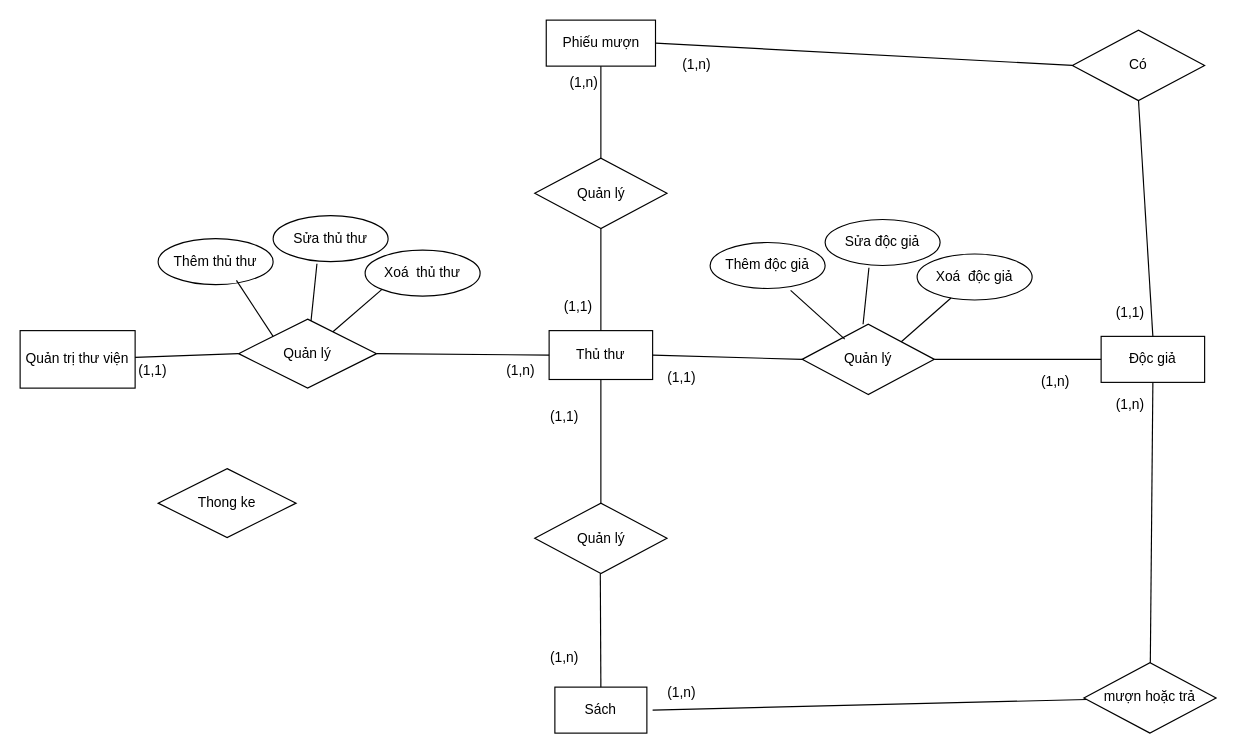
BaoTaoBao/baotaobao520 keeps this draw.io diagram as ERchuavexong.drawio. Above is the earlier version. Source tidied: cells renumbered, new cells numbered last; positions are measured from the earlier drawing's top-left corner, leaving out a move shared by most shapes. Both pictures are drawn from the tidied source at 115%, with x=0, y=0 at pixel (20, 20).
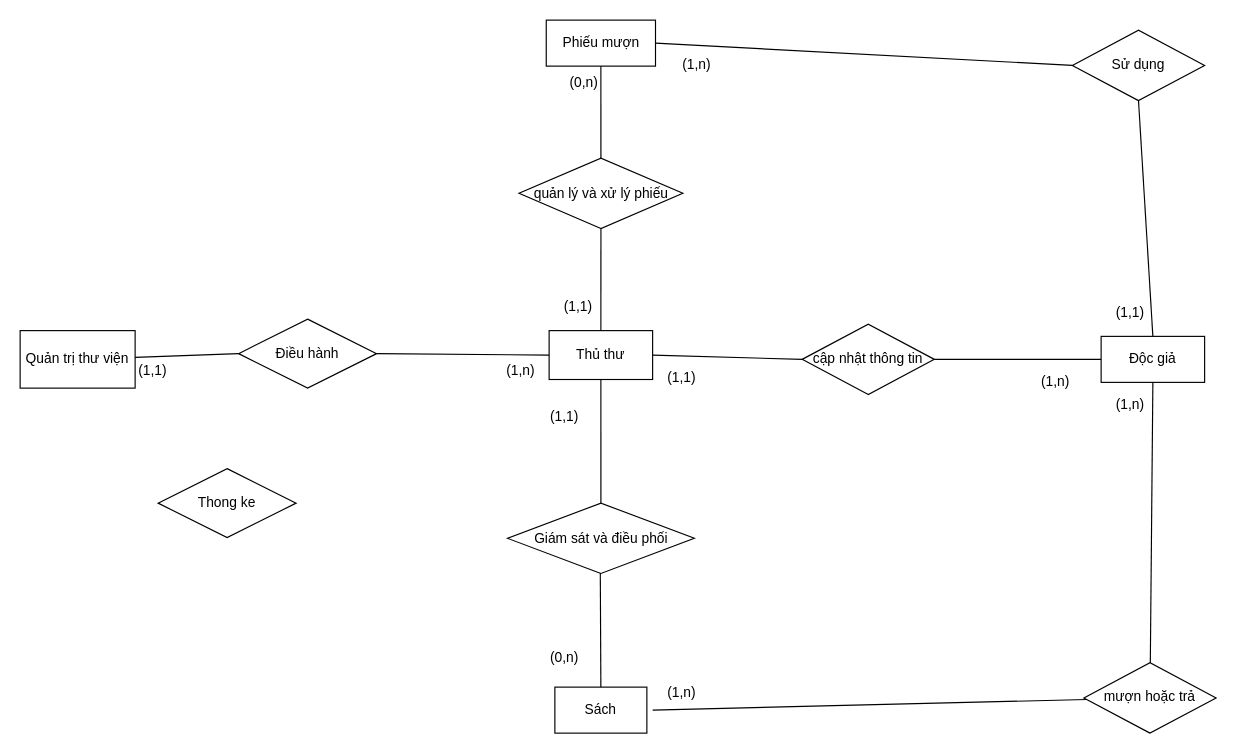
The same page after the edit.

The edit, as a diff of the source:
```diff
@@
-    <mxCell id="7" value="Quản lý" style="shape=rhombus;perimeter=rhombusPerimeter;whiteSpace=wrap;html=1;align=center;" parent="1" vertex="1">
+    <mxCell id="7" value="Điều hành" style="shape=rhombus;perimeter=rhombusPerimeter;whiteSpace=wrap;html=1;align=center;" parent="1" vertex="1">
       <mxGeometry x="190" y="260" width="120" height="60" as="geometry" />
     </mxCell>
@@
-    <mxCell id="11" value="Quản lý" style="shape=rhombus;perimeter=rhombusPerimeter;whiteSpace=wrap;html=1;align=center;direction=west;" parent="1" vertex="1">
-      <mxGeometry x="447.5" y="420" width="115" height="61.2" as="geometry" />
+    <mxCell id="11" value="Giám sát và điều phối" style="shape=rhombus;perimeter=rhombusPerimeter;whiteSpace=wrap;html=1;align=center;direction=west;" parent="1" vertex="1">
+      <mxGeometry x="423.8" y="420" width="162.5" height="61.2" as="geometry" />
     </mxCell>
-    <mxCell id="12" value="(1,n)" style="text;html=1;align=center;verticalAlign=middle;strokeColor=none;fillColor=none;" parent="1" vertex="1">
+    <mxCell id="12" value="(0,n)" style="text;html=1;align=center;verticalAlign=middle;strokeColor=none;fillColor=none;" parent="1" vertex="1">
       <mxGeometry x="447.5" y="540" width="50" height="30" as="geometry" />
     </mxCell>
@@
-    <mxCell id="16" value="Quản lý" style="shape=rhombus;perimeter=rhombusPerimeter;whiteSpace=wrap;html=1;align=center;direction=west;" parent="1" vertex="1">
+    <mxCell id="16" value="cập nhật thông tin" style="shape=rhombus;perimeter=rhombusPerimeter;whiteSpace=wrap;html=1;align=center;direction=west;" parent="1" vertex="1">
       <mxGeometry x="680" y="264.4" width="115" height="61.2" as="geometry" />
     </mxCell>
@@
-    <mxCell id="23" value="Quản lý" style="shape=rhombus;perimeter=rhombusPerimeter;whiteSpace=wrap;html=1;align=center;direction=west;" parent="1" vertex="1">
-      <mxGeometry x="447.5" y="120" width="115" height="61.2" as="geometry" />
+    <mxCell id="23" value="quản lý và xử lý phiếu" style="shape=rhombus;perimeter=rhombusPerimeter;whiteSpace=wrap;html=1;align=center;direction=west;" parent="1" vertex="1">
+      <mxGeometry x="433.8" y="120" width="142.5" height="61.2" as="geometry" />
     </mxCell>
-    <mxCell id="24" value="(1,n)" style="text;html=1;align=center;verticalAlign=middle;strokeColor=none;fillColor=none;" parent="1" vertex="1">
+    <mxCell id="24" value="(0,n)" style="text;html=1;align=center;verticalAlign=middle;strokeColor=none;fillColor=none;" parent="1" vertex="1">
       <mxGeometry x="465" y="40" width="50" height="30" as="geometry" />
     </mxCell>
@@
-    <mxCell id="33" value="Có" style="shape=rhombus;perimeter=rhombusPerimeter;whiteSpace=wrap;html=1;align=center;direction=west;" parent="1" vertex="1">
+    <mxCell id="33" value="Sử dụng" style="shape=rhombus;perimeter=rhombusPerimeter;whiteSpace=wrap;html=1;align=center;direction=west;" parent="1" vertex="1">
       <mxGeometry x="915" y="8.8" width="115" height="61.2" as="geometry" />
     </mxCell>
@@
-    <mxCell id="38" value="Thêm thủ thư" style="ellipse;whiteSpace=wrap;html=1;align=center;" parent="1" vertex="1">
-      <mxGeometry x="120" y="190" width="100" height="40" as="geometry" />
-    </mxCell>
-    <mxCell id="39" value="Sửa thủ thư" style="ellipse;whiteSpace=wrap;html=1;align=center;" parent="1" vertex="1">
-      <mxGeometry x="220" y="170" width="100" height="40" as="geometry" />
-    </mxCell>
-    <mxCell id="40" value="Xoá&amp;nbsp; thủ thư" style="ellipse;whiteSpace=wrap;html=1;align=center;" parent="1" vertex="1">
-      <mxGeometry x="300" y="200" width="100" height="40" as="geometry" />
-    </mxCell>
-    <mxCell id="41" style="endArrow=none;html=1;rounded=0;entryX=0;entryY=1;entryDx=0;entryDy=0;" parent="1" edge="1" source="7" target="40">
-      <mxGeometry relative="1" as="geometry" />
-    </mxCell>
-    <mxCell id="42" style="endArrow=none;html=1;rounded=0;exitX=0;exitY=0;exitDx=0;exitDy=0;entryX=0.681;entryY=0.908;entryDx=0;entryDy=0;entryPerimeter=0;" parent="1" edge="1" source="7" target="38">
-      <mxGeometry relative="1" as="geometry" />
-    </mxCell>
-    <mxCell id="43" style="endArrow=none;html=1;rounded=0;entryX=0.381;entryY=1.047;entryDx=0;entryDy=0;entryPerimeter=0;" parent="1" edge="1" source="7" target="39">
-      <mxGeometry relative="1" as="geometry" />
-    </mxCell>
-    <mxCell id="44" value="Thêm độc giả" style="ellipse;whiteSpace=wrap;html=1;align=center;" parent="1" vertex="1">
-      <mxGeometry x="600" y="193.4" width="100" height="40" as="geometry" />
-    </mxCell>
-    <mxCell id="45" value="Sửa độc giả" style="ellipse;whiteSpace=wrap;html=1;align=center;" parent="1" vertex="1">
-      <mxGeometry x="700" y="173.4" width="100" height="40" as="geometry" />
-    </mxCell>
-    <mxCell id="46" value="Xoá&amp;nbsp; độc giả" style="ellipse;whiteSpace=wrap;html=1;align=center;" parent="1" vertex="1">
-      <mxGeometry x="780" y="203.4" width="100" height="40" as="geometry" />
-    </mxCell>
-    <mxCell id="47" style="endArrow=none;html=1;rounded=0;entryX=0.381;entryY=1.047;entryDx=0;entryDy=0;entryPerimeter=0;" parent="1" edge="1" target="45">
-      <mxGeometry relative="1" as="geometry">
-        <mxPoint x="733" y="264.4" as="sourcePoint" />
-      </mxGeometry>
-    </mxCell>
-    <mxCell id="48" style="endArrow=none;html=1;rounded=0;exitX=0;exitY=1;exitDx=0;exitDy=0;" parent="1" edge="1" source="16" target="46">
-      <mxGeometry relative="1" as="geometry" />
-    </mxCell>
-    <mxCell id="49" style="endArrow=none;html=1;rounded=0;exitX=0.678;exitY=0.787;exitDx=0;exitDy=0;exitPerimeter=0;" parent="1" edge="1" source="16">
-      <mxGeometry relative="1" as="geometry">
-        <mxPoint x="670" y="235" as="targetPoint" />
-      </mxGeometry>
-    </mxCell>
```
